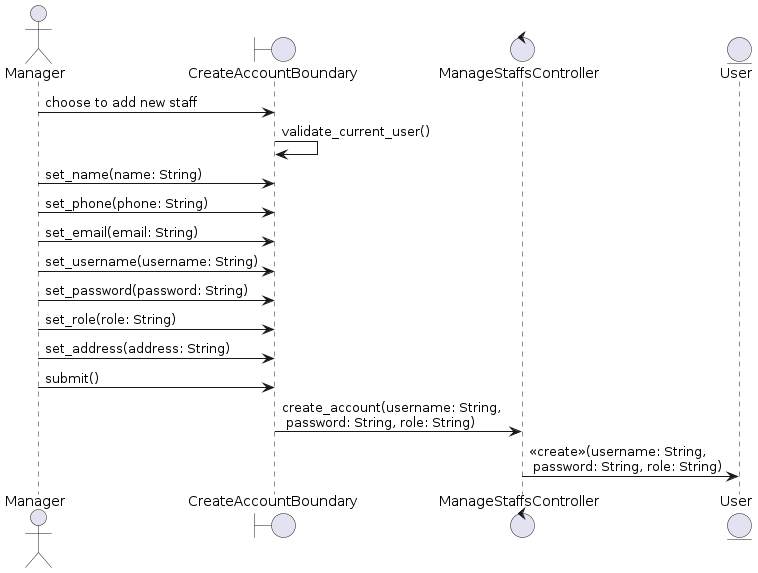
Earlier version of the PlantUML export docs/UML/Sequence Diagrams/add-new-staff.png (LapTQ/MCT).
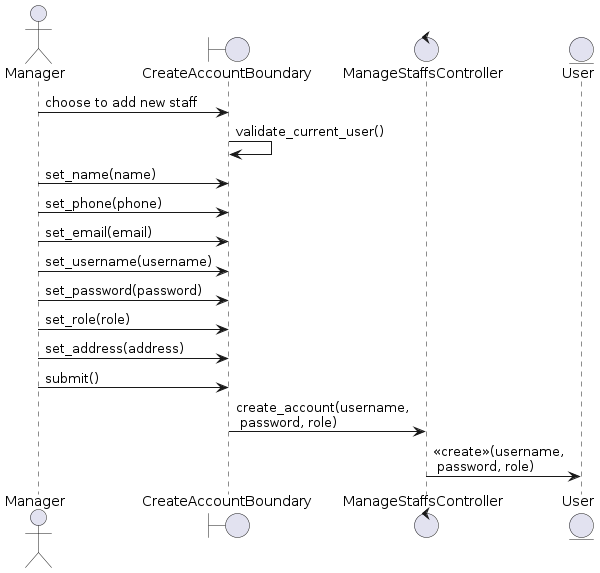
Above is the later version.

Change to the diagram source:
```diff
@@ -7,15 +7,15 @@
 
 A -> B2: choose to add new staff
 B2 -> B2: validate_current_user()
-A -> B2: set_name(name: String)
-A -> B2: set_phone(phone: String)
-A -> B2: set_email(email: String)
-A -> B2: set_username(username: String)
-A -> B2: set_password(password: String)
-A -> B2: set_role(role: String)
-A -> B2: set_address(address: String)
+A -> B2: set_name(name)
+A -> B2: set_phone(phone)
+A -> B2: set_email(email)
+A -> B2: set_username(username)
+A -> B2: set_password(password)
+A -> B2: set_role(role)
+A -> B2: set_address(address)
 A -> B2: submit()
-B2 -> C: create_account(username: String, \n password: String, role: String)
-C -> E: <<create>>(username: String, \n password: String, role: String)
+B2 -> C: create_account(username,\n password, role)
+C -> E: <<create>>(username,\n password, role)
 
 @enduml
```
